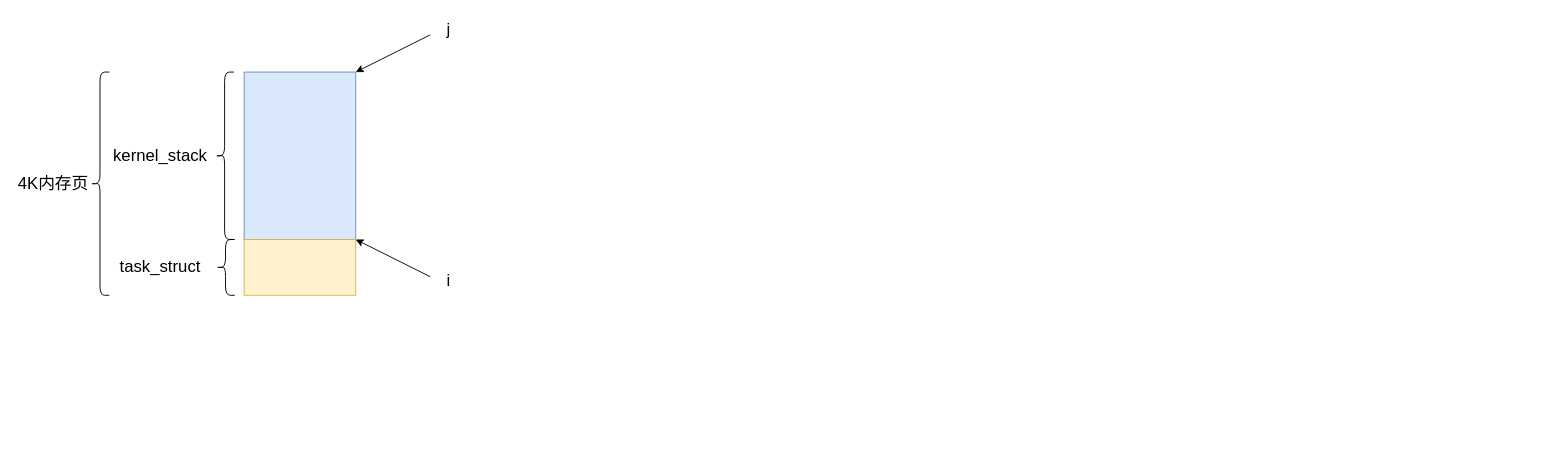
zgjsxx/static-img-repo keeps this draw.io diagram as blog/Linux/Linux-0.11-kernel/sched/sched.drawio. Above is the earlier version. Source tidied: cells renumbered, new cells numbered last; positions are measured from the earlier drawing's top-left corner, leaving out a move shared by most shapes. Both pictures are drawn from the tidied source at 93%, with x=0, y=0 at pixel (16, 16).
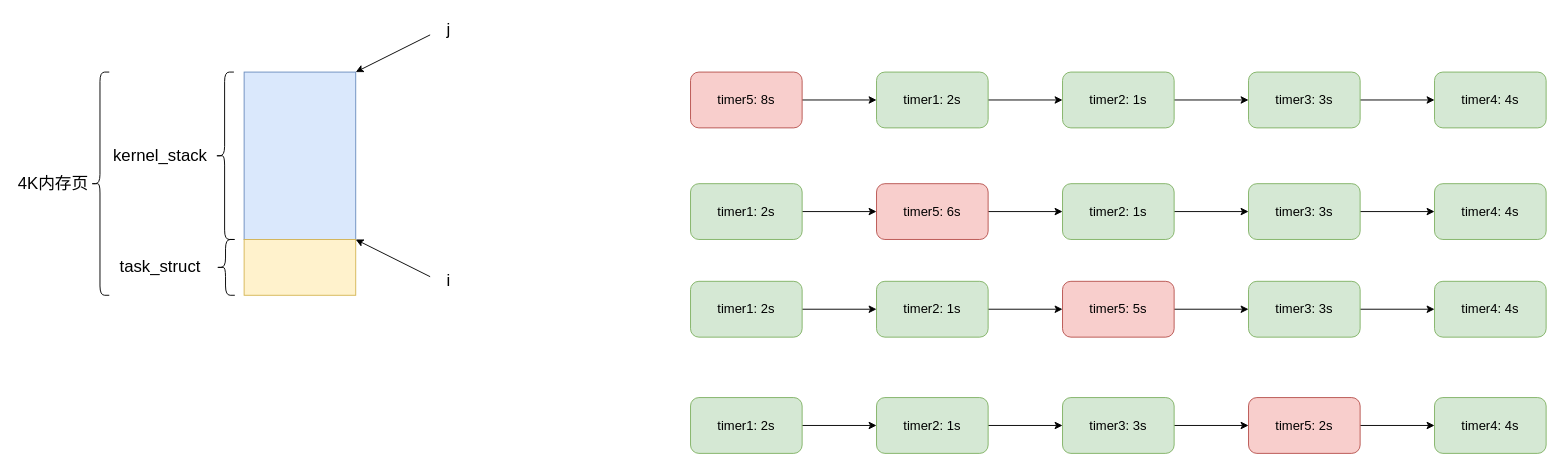
The same diagram, later.

Change to the diagram source:
```diff
@@
+    <mxCell id="14" style="edgeStyle=orthogonalEdgeStyle;rounded=0;jettySize=auto;html=1;exitX=1;exitY=0.5;exitDx=0;exitDy=0;entryX=0;entryY=0.5;entryDx=0;entryDy=0;fontSize=14;" parent="1" edge="1" source="15" target="17">
+      <mxGeometry relative="1" as="geometry" />
+    </mxCell>
+    <mxCell id="15" value="&lt;font style=&quot;font-size: 14px;&quot;&gt;timer1: 2s&lt;/font&gt;" style="rounded=1;whiteSpace=wrap;html=1;fillColor=#d5e8d4;strokeColor=#82b366;" parent="1" vertex="1">
+      <mxGeometry x="925" y="60" width="120" height="60" as="geometry" />
+    </mxCell>
+    <mxCell id="16" style="edgeStyle=orthogonalEdgeStyle;rounded=0;jettySize=auto;html=1;exitX=1;exitY=0.5;exitDx=0;exitDy=0;entryX=0;entryY=0.5;entryDx=0;entryDy=0;fontSize=14;" parent="1" edge="1" source="17" target="19">
+      <mxGeometry relative="1" as="geometry" />
+    </mxCell>
+    <mxCell id="17" value="&lt;font style=&quot;font-size: 14px;&quot;&gt;timer2: 1s&lt;/font&gt;" style="rounded=1;whiteSpace=wrap;html=1;fillColor=#d5e8d4;strokeColor=#82b366;" parent="1" vertex="1">
+      <mxGeometry x="1125" y="60" width="120" height="60" as="geometry" />
+    </mxCell>
+    <mxCell id="18" style="edgeStyle=orthogonalEdgeStyle;rounded=0;jettySize=auto;html=1;exitX=1;exitY=0.5;exitDx=0;exitDy=0;entryX=0;entryY=0.5;entryDx=0;entryDy=0;fontSize=14;" parent="1" edge="1" source="19" target="20">
+      <mxGeometry relative="1" as="geometry" />
+    </mxCell>
+    <mxCell id="19" value="&lt;font style=&quot;font-size: 14px;&quot;&gt;timer3: 3s&lt;/font&gt;" style="rounded=1;whiteSpace=wrap;html=1;fillColor=#d5e8d4;strokeColor=#82b366;" parent="1" vertex="1">
+      <mxGeometry x="1325" y="60" width="120" height="60" as="geometry" />
+    </mxCell>
+    <mxCell id="20" value="&lt;font style=&quot;font-size: 14px;&quot;&gt;timer4: 4s&lt;/font&gt;" style="rounded=1;whiteSpace=wrap;html=1;fillColor=#d5e8d4;strokeColor=#82b366;" parent="1" vertex="1">
+      <mxGeometry x="1525" y="60" width="120" height="60" as="geometry" />
+    </mxCell>
+    <mxCell id="21" style="edgeStyle=orthogonalEdgeStyle;rounded=0;jettySize=auto;html=1;exitX=1;exitY=0.5;exitDx=0;exitDy=0;entryX=0;entryY=0.5;entryDx=0;entryDy=0;fontSize=14;" parent="1" edge="1" source="22" target="15">
+      <mxGeometry relative="1" as="geometry" />
+    </mxCell>
+    <mxCell id="22" value="&lt;font style=&quot;font-size: 14px;&quot;&gt;timer5: 8s&lt;/font&gt;" style="rounded=1;whiteSpace=wrap;html=1;fillColor=#f8cecc;strokeColor=#b85450;" parent="1" vertex="1">
+      <mxGeometry x="725" y="60" width="120" height="60" as="geometry" />
+    </mxCell>
+    <mxCell id="23" style="edgeStyle=orthogonalEdgeStyle;rounded=0;jettySize=auto;html=1;exitX=1;exitY=0.5;exitDx=0;exitDy=0;entryX=0;entryY=0.5;entryDx=0;entryDy=0;fontSize=14;" parent="1" edge="1" source="24" target="26">
+      <mxGeometry relative="1" as="geometry" />
+    </mxCell>
+    <mxCell id="24" value="&lt;font style=&quot;font-size: 14px;&quot;&gt;timer5: 6s&lt;/font&gt;" style="rounded=1;whiteSpace=wrap;html=1;fillColor=#f8cecc;strokeColor=#b85450;" parent="1" vertex="1">
+      <mxGeometry x="925" y="180" width="120" height="60" as="geometry" />
+    </mxCell>
+    <mxCell id="25" style="edgeStyle=orthogonalEdgeStyle;rounded=0;jettySize=auto;html=1;exitX=1;exitY=0.5;exitDx=0;exitDy=0;entryX=0;entryY=0.5;entryDx=0;entryDy=0;fontSize=14;" parent="1" edge="1" source="26" target="28">
+      <mxGeometry relative="1" as="geometry" />
+    </mxCell>
+    <mxCell id="26" value="&lt;font style=&quot;font-size: 14px;&quot;&gt;timer2: 1s&lt;/font&gt;" style="rounded=1;whiteSpace=wrap;html=1;fillColor=#d5e8d4;strokeColor=#82b366;" parent="1" vertex="1">
+      <mxGeometry x="1125" y="180" width="120" height="60" as="geometry" />
+    </mxCell>
+    <mxCell id="27" style="edgeStyle=orthogonalEdgeStyle;rounded=0;jettySize=auto;html=1;exitX=1;exitY=0.5;exitDx=0;exitDy=0;entryX=0;entryY=0.5;entryDx=0;entryDy=0;fontSize=14;" parent="1" edge="1" source="28" target="29">
+      <mxGeometry relative="1" as="geometry" />
+    </mxCell>
+    <mxCell id="28" value="&lt;font style=&quot;font-size: 14px;&quot;&gt;timer3: 3s&lt;/font&gt;" style="rounded=1;whiteSpace=wrap;html=1;fillColor=#d5e8d4;strokeColor=#82b366;" parent="1" vertex="1">
+      <mxGeometry x="1325" y="180" width="120" height="60" as="geometry" />
+    </mxCell>
+    <mxCell id="29" value="&lt;font style=&quot;font-size: 14px;&quot;&gt;timer4: 4s&lt;/font&gt;" style="rounded=1;whiteSpace=wrap;html=1;fillColor=#d5e8d4;strokeColor=#82b366;" parent="1" vertex="1">
+      <mxGeometry x="1525" y="180" width="120" height="60" as="geometry" />
+    </mxCell>
+    <mxCell id="30" style="edgeStyle=orthogonalEdgeStyle;rounded=0;jettySize=auto;html=1;exitX=1;exitY=0.5;exitDx=0;exitDy=0;entryX=0;entryY=0.5;entryDx=0;entryDy=0;fontSize=14;" parent="1" edge="1" source="31" target="24">
+      <mxGeometry relative="1" as="geometry" />
+    </mxCell>
+    <mxCell id="31" value="&lt;font style=&quot;font-size: 14px;&quot;&gt;timer1: 2s&lt;/font&gt;" style="rounded=1;whiteSpace=wrap;html=1;fillColor=#d5e8d4;strokeColor=#82b366;" parent="1" vertex="1">
+      <mxGeometry x="725" y="180" width="120" height="60" as="geometry" />
+    </mxCell>
+    <mxCell id="32" style="edgeStyle=orthogonalEdgeStyle;rounded=0;jettySize=auto;html=1;exitX=1;exitY=0.5;exitDx=0;exitDy=0;entryX=0;entryY=0.5;entryDx=0;entryDy=0;fontSize=14;" parent="1" edge="1" source="33" target="35">
+      <mxGeometry relative="1" as="geometry" />
+    </mxCell>
+    <mxCell id="33" value="&lt;font style=&quot;font-size: 14px;&quot;&gt;timer2: 1s&lt;/font&gt;" style="rounded=1;whiteSpace=wrap;html=1;fillColor=#d5e8d4;strokeColor=#82b366;" parent="1" vertex="1">
+      <mxGeometry x="925" y="285" width="120" height="60" as="geometry" />
+    </mxCell>
+    <mxCell id="34" style="edgeStyle=orthogonalEdgeStyle;rounded=0;jettySize=auto;html=1;exitX=1;exitY=0.5;exitDx=0;exitDy=0;entryX=0;entryY=0.5;entryDx=0;entryDy=0;fontSize=14;" parent="1" edge="1" source="35" target="37">
+      <mxGeometry relative="1" as="geometry" />
+    </mxCell>
+    <mxCell id="35" value="&lt;font style=&quot;font-size: 14px;&quot;&gt;timer5: 5s&lt;/font&gt;" style="rounded=1;whiteSpace=wrap;html=1;fillColor=#f8cecc;strokeColor=#b85450;" parent="1" vertex="1">
+      <mxGeometry x="1125" y="285" width="120" height="60" as="geometry" />
+    </mxCell>
+    <mxCell id="36" style="edgeStyle=orthogonalEdgeStyle;rounded=0;jettySize=auto;html=1;exitX=1;exitY=0.5;exitDx=0;exitDy=0;entryX=0;entryY=0.5;entryDx=0;entryDy=0;fontSize=14;" parent="1" edge="1" source="37" target="38">
+      <mxGeometry relative="1" as="geometry" />
+    </mxCell>
+    <mxCell id="37" value="&lt;font style=&quot;font-size: 14px;&quot;&gt;timer3: 3s&lt;/font&gt;" style="rounded=1;whiteSpace=wrap;html=1;fillColor=#d5e8d4;strokeColor=#82b366;" parent="1" vertex="1">
+      <mxGeometry x="1325" y="285" width="120" height="60" as="geometry" />
+    </mxCell>
+    <mxCell id="38" value="&lt;font style=&quot;font-size: 14px;&quot;&gt;timer4: 4s&lt;/font&gt;" style="rounded=1;whiteSpace=wrap;html=1;fillColor=#d5e8d4;strokeColor=#82b366;" parent="1" vertex="1">
+      <mxGeometry x="1525" y="285" width="120" height="60" as="geometry" />
+    </mxCell>
+    <mxCell id="39" style="edgeStyle=orthogonalEdgeStyle;rounded=0;jettySize=auto;html=1;exitX=1;exitY=0.5;exitDx=0;exitDy=0;entryX=0;entryY=0.5;entryDx=0;entryDy=0;fontSize=14;" parent="1" edge="1" source="40" target="33">
+      <mxGeometry relative="1" as="geometry" />
+    </mxCell>
+    <mxCell id="40" value="&lt;font style=&quot;font-size: 14px;&quot;&gt;timer1: 2s&lt;/font&gt;" style="rounded=1;whiteSpace=wrap;html=1;fillColor=#d5e8d4;strokeColor=#82b366;" parent="1" vertex="1">
+      <mxGeometry x="725" y="285" width="120" height="60" as="geometry" />
+    </mxCell>
+    <mxCell id="41" style="edgeStyle=orthogonalEdgeStyle;rounded=0;jettySize=auto;html=1;exitX=1;exitY=0.5;exitDx=0;exitDy=0;entryX=0;entryY=0.5;entryDx=0;entryDy=0;fontSize=14;" parent="1" edge="1" source="42" target="44">
+      <mxGeometry relative="1" as="geometry" />
+    </mxCell>
+    <mxCell id="42" value="&lt;font style=&quot;font-size: 14px;&quot;&gt;timer2: 1s&lt;/font&gt;" style="rounded=1;whiteSpace=wrap;html=1;fillColor=#d5e8d4;strokeColor=#82b366;" parent="1" vertex="1">
+      <mxGeometry x="925" y="410" width="120" height="60" as="geometry" />
+    </mxCell>
+    <mxCell id="43" style="edgeStyle=orthogonalEdgeStyle;rounded=0;jettySize=auto;html=1;exitX=1;exitY=0.5;exitDx=0;exitDy=0;entryX=0;entryY=0.5;entryDx=0;entryDy=0;fontSize=14;" parent="1" edge="1" source="44" target="46">
+      <mxGeometry relative="1" as="geometry" />
+    </mxCell>
+    <mxCell id="44" value="&lt;font style=&quot;font-size: 14px;&quot;&gt;timer3: 3s&lt;/font&gt;" style="rounded=1;whiteSpace=wrap;html=1;fillColor=#d5e8d4;strokeColor=#82b366;" parent="1" vertex="1">
+      <mxGeometry x="1125" y="410" width="120" height="60" as="geometry" />
+    </mxCell>
+    <mxCell id="45" style="edgeStyle=orthogonalEdgeStyle;rounded=0;jettySize=auto;html=1;exitX=1;exitY=0.5;exitDx=0;exitDy=0;entryX=0;entryY=0.5;entryDx=0;entryDy=0;fontSize=14;" parent="1" edge="1" source="46" target="47">
+      <mxGeometry relative="1" as="geometry" />
+    </mxCell>
+    <mxCell id="46" value="&lt;font style=&quot;font-size: 14px;&quot;&gt;timer5: 2s&lt;/font&gt;" style="rounded=1;whiteSpace=wrap;html=1;fillColor=#f8cecc;strokeColor=#b85450;" parent="1" vertex="1">
+      <mxGeometry x="1325" y="410" width="120" height="60" as="geometry" />
+    </mxCell>
+    <mxCell id="47" value="&lt;font style=&quot;font-size: 14px;&quot;&gt;timer4: 4s&lt;/font&gt;" style="rounded=1;whiteSpace=wrap;html=1;fillColor=#d5e8d4;strokeColor=#82b366;" parent="1" vertex="1">
+      <mxGeometry x="1525" y="410" width="120" height="60" as="geometry" />
+    </mxCell>
+    <mxCell id="48" style="edgeStyle=orthogonalEdgeStyle;rounded=0;jettySize=auto;html=1;exitX=1;exitY=0.5;exitDx=0;exitDy=0;entryX=0;entryY=0.5;entryDx=0;entryDy=0;fontSize=14;" parent="1" edge="1" source="49" target="42">
+      <mxGeometry relative="1" as="geometry" />
+    </mxCell>
+    <mxCell id="49" value="&lt;font style=&quot;font-size: 14px;&quot;&gt;timer1: 2s&lt;/font&gt;" style="rounded=1;whiteSpace=wrap;html=1;fillColor=#d5e8d4;strokeColor=#82b366;" parent="1" vertex="1">
+      <mxGeometry x="725" y="410" width="120" height="60" as="geometry" />
+    </mxCell>
```
